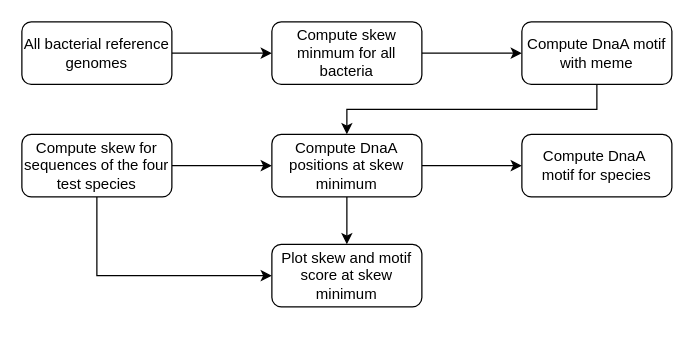
Before: flow_chart.drawio in toix/seqinf_detection_replication_origin, a draw.io diagram. Source tidied: cells renumbered, new cells numbered last; positions are measured from the earlier drawing's top-left corner, leaving out a move shared by most shapes. Both pictures are drawn from the tidied source at 125%, with x=0, y=0 at pixel (21, 21).
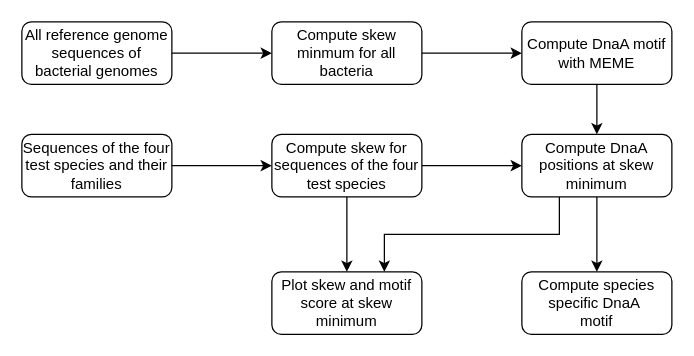
The same diagram, later.

Change to the diagram source:
```diff
@@
 <mxGraphModel>
   <root>
     <mxCell id="0" />
     <mxCell id="1" parent="0" />
     <mxCell id="2" style="edgeStyle=orthogonalEdgeStyle;rounded=0;jettySize=auto;html=1;" parent="1" edge="1" source="3" target="5">
       <mxGeometry relative="1" as="geometry" />
     </mxCell>
-    <mxCell id="3" value="All bacterial reference genomes" style="rounded=1;whiteSpace=wrap;html=1;fontSize=12;glass=0;strokeWidth=1;shadow=0;" parent="1" vertex="1">
+    <mxCell id="3" value="All reference genome sequences of bacterial genomes" style="rounded=1;whiteSpace=wrap;html=1;fontSize=12;glass=0;strokeWidth=1;shadow=0;" parent="1" vertex="1">
       <mxGeometry width="120" height="50" as="geometry" />
     </mxCell>
     <mxCell id="4" style="edgeStyle=orthogonalEdgeStyle;rounded=0;jettySize=auto;html=1;" parent="1" edge="1" source="5" target="7">
       <mxGeometry relative="1" as="geometry" />
     </mxCell>
     <mxCell id="5" value="Compute skew minmum for all bacteria" style="rounded=1;whiteSpace=wrap;html=1;fontSize=12;glass=0;strokeWidth=1;shadow=0;flipV=1;" parent="1" vertex="1">
       <mxGeometry x="200" width="120" height="50" as="geometry" />
     </mxCell>
     <mxCell id="6" style="edgeStyle=orthogonalEdgeStyle;rounded=0;jettySize=auto;html=1;exitX=0.5;exitY=1;exitDx=0;exitDy=0;entryX=0.5;entryY=0;entryDx=0;entryDy=0;" parent="1" edge="1" source="7" target="13">
       <mxGeometry relative="1" as="geometry" />
     </mxCell>
-    <mxCell id="7" value="Compute DnaA motif with meme" style="rounded=1;whiteSpace=wrap;html=1;fontSize=12;glass=0;strokeWidth=1;shadow=0;" parent="1" vertex="1">
+    <mxCell id="7" value="Compute DnaA motif with MEME" style="rounded=1;whiteSpace=wrap;html=1;fontSize=12;glass=0;strokeWidth=1;shadow=0;" parent="1" vertex="1">
       <mxGeometry x="400" width="120" height="50" as="geometry" />
     </mxCell>
     <mxCell id="8" style="edgeStyle=orthogonalEdgeStyle;rounded=0;jettySize=auto;html=1;" parent="1" edge="1" source="10" target="13">
       <mxGeometry relative="1" as="geometry" />
     </mxCell>
-    <mxCell id="9" style="edgeStyle=orthogonalEdgeStyle;rounded=0;jettySize=auto;html=1;exitX=0.5;exitY=1;exitDx=0;exitDy=0;entryX=0;entryY=0.5;entryDx=0;entryDy=0;" parent="1" edge="1" source="10" target="15">
+    <mxCell id="9" style="edgeStyle=orthogonalEdgeStyle;rounded=0;jettySize=auto;html=1;exitX=0.5;exitY=1;exitDx=0;exitDy=0;" parent="1" edge="1" source="10" target="15">
       <mxGeometry relative="1" as="geometry" />
     </mxCell>
     <mxCell id="10" value="Compute skew for sequences of the four test species" style="rounded=1;whiteSpace=wrap;html=1;fontSize=12;glass=0;strokeWidth=1;shadow=0;flipH=1;" parent="1" vertex="1">
-      <mxGeometry y="90" width="120" height="50" as="geometry" />
+      <mxGeometry x="200" y="90" width="120" height="50" as="geometry" />
     </mxCell>
+    <mxCell id="16" style="edgeStyle=orthogonalEdgeStyle;rounded=0;jettySize=auto;html=1;exitX=1;exitY=0.5;exitDx=0;exitDy=0;entryX=0;entryY=0.5;entryDx=0;entryDy=0;" parent="1" edge="1" source="17" target="10">
+      <mxGeometry relative="1" as="geometry" />
+    </mxCell>
+    <mxCell id="17" value="Sequences of the four test species and their families" style="rounded=1;whiteSpace=wrap;html=1;fontSize=12;glass=0;strokeWidth=1;shadow=0;flipH=1;" parent="1" vertex="1">
+      <mxGeometry y="90" width="120" height="50" as="geometry" />
+    </mxCell>
     <mxCell id="11" style="edgeStyle=orthogonalEdgeStyle;rounded=0;jettySize=auto;html=1;" parent="1" edge="1" source="13" target="14">
       <mxGeometry relative="1" as="geometry" />
     </mxCell>
-    <mxCell id="12" style="edgeStyle=orthogonalEdgeStyle;rounded=0;jettySize=auto;html=1;" parent="1" edge="1" source="13" target="15">
+    <mxCell id="12" style="edgeStyle=orthogonalEdgeStyle;rounded=0;jettySize=auto;html=1;exitX=0.25;exitY=1;exitDx=0;exitDy=0;entryX=0.75;entryY=0;entryDx=0;entryDy=0;" parent="1" edge="1" source="13" target="15">
       <mxGeometry relative="1" as="geometry" />
     </mxCell>
     <mxCell id="13" value="Compute DnaA positions at skew minimum" style="rounded=1;whiteSpace=wrap;html=1;fontSize=12;glass=0;strokeWidth=1;shadow=0;flipH=1;flipV=1;" parent="1" vertex="1">
-      <mxGeometry x="200" y="90" width="120" height="50" as="geometry" />
+      <mxGeometry x="400" y="90" width="120" height="50" as="geometry" />
     </mxCell>
-    <mxCell id="14" value="&lt;span style=&quot;white-space: normal&quot;&gt;Compute&amp;nbsp;&lt;/span&gt;DnaA&amp;nbsp;&lt;span style=&quot;white-space: normal&quot;&gt;&lt;br&gt;motif&amp;nbsp;&lt;/span&gt;for species" style="rounded=1;whiteSpace=wrap;html=1;fontSize=12;glass=0;strokeWidth=1;shadow=0;flipH=1;" parent="1" vertex="1">
-      <mxGeometry x="400" y="90" width="120" height="50" as="geometry" />
+    <mxCell id="14" value="&lt;span style=&quot;white-space: normal&quot;&gt;Compute species specific&amp;nbsp;&lt;/span&gt;DnaA&amp;nbsp;&lt;span style=&quot;white-space: normal&quot;&gt;&lt;br&gt;motif&lt;/span&gt;" style="rounded=1;whiteSpace=wrap;html=1;fontSize=12;glass=0;strokeWidth=1;shadow=0;flipH=1;" parent="1" vertex="1">
+      <mxGeometry x="400" y="200" width="120" height="50" as="geometry" />
     </mxCell>
     <mxCell id="15" value="Plot skew and motif score at skew minimum" style="rounded=1;whiteSpace=wrap;html=1;fontSize=12;glass=0;strokeWidth=1;shadow=0;flipV=1;" parent="1" vertex="1">
-      <mxGeometry x="200" y="178" width="120" height="50" as="geometry" />
+      <mxGeometry x="200" y="200" width="120" height="50" as="geometry" />
     </mxCell>
   </root>
 </mxGraphModel>
```
